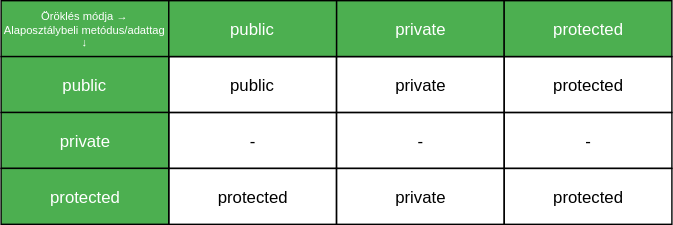
The draw.io diagram img/inheritance.svg in jojozoli/infocpp, before a commit. Source tidied: cells renumbered, new cells last; positions are measured from the earlier drawing's top-left corner, leaving out a move shared by most shapes.
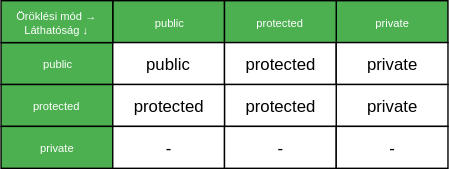
After the change.

Change to the diagram source:
```diff
@@ -2,53 +2,53 @@
   <root>
     <mxCell id="0" />
     <mxCell id="1" parent="0" />
-    <mxCell id="2" value="Öröklés&amp;nbsp;módja&amp;nbsp;→&lt;br&gt;Alaposztálybeli&amp;nbsp;metódus/adattag ↓" style="rounded=0;labelBackgroundColor=none;strokeColor=#000000;fillColor=#4CAF50;fontColor=#FFFFFF;align=center;whiteSpace=wrap;html=1;fontSize=8;" parent="1" vertex="1">
-      <mxGeometry width="120" height="40" as="geometry" />
+    <mxCell id="2" value="public" style="rounded=0;whiteSpace=wrap;html=1;labelBackgroundColor=none;strokeColor=#000000;fillColor=#4CAF50;fontSize=8;fontColor=#FFFFFF;align=center;" parent="1" vertex="1">
+      <mxGeometry x="-30" y="-50" width="80" height="30" as="geometry" />
     </mxCell>
-    <mxCell id="3" value="public" style="rounded=0;whiteSpace=wrap;html=1;labelBackgroundColor=none;strokeColor=#000000;fillColor=#4CAF50;fontColor=#FFFFFF;align=center;" parent="1" vertex="1">
-      <mxGeometry y="40" width="120" height="40" as="geometry" />
+    <mxCell id="3" value="private" style="rounded=0;whiteSpace=wrap;html=1;labelBackgroundColor=none;strokeColor=#000000;fillColor=#4CAF50;fontSize=8;fontColor=#FFFFFF;align=center;" parent="1" vertex="1">
+      <mxGeometry x="130" y="-50" width="80" height="30" as="geometry" />
     </mxCell>
-    <mxCell id="4" value="private" style="rounded=0;whiteSpace=wrap;html=1;labelBackgroundColor=none;strokeColor=#000000;fillColor=#4CAF50;fontColor=#FFFFFF;align=center;" parent="1" vertex="1">
-      <mxGeometry x="240" width="120" height="40" as="geometry" />
+    <mxCell id="4" value="protected" style="rounded=0;whiteSpace=wrap;html=1;labelBackgroundColor=none;strokeColor=#000000;fillColor=#4CAF50;fontSize=8;fontColor=#FFFFFF;align=center;" parent="1" vertex="1">
+      <mxGeometry x="50" y="-50" width="80" height="30" as="geometry" />
     </mxCell>
-    <mxCell id="5" value="protected" style="rounded=0;whiteSpace=wrap;html=1;labelBackgroundColor=none;strokeColor=#000000;fillColor=#4CAF50;fontColor=#FFFFFF;align=center;" parent="1" vertex="1">
-      <mxGeometry x="360" width="120" height="40" as="geometry" />
+    <mxCell id="5" value="public" style="rounded=0;whiteSpace=wrap;html=1;labelBackgroundColor=none;strokeColor=#000000;fillColor=#4CAF50;fontSize=8;fontColor=#FFFFFF;align=center;" parent="1" vertex="1">
+      <mxGeometry x="-110" y="-20" width="80" height="30" as="geometry" />
     </mxCell>
-    <mxCell id="6" value="public" style="rounded=0;whiteSpace=wrap;html=1;labelBackgroundColor=none;strokeColor=#000000;fillColor=#4CAF50;fontColor=#FFFFFF;align=center;" parent="1" vertex="1">
-      <mxGeometry x="120" width="120" height="40" as="geometry" />
+    <mxCell id="6" value="protected" style="rounded=0;whiteSpace=wrap;html=1;labelBackgroundColor=none;strokeColor=#000000;fillColor=#4CAF50;fontSize=8;fontColor=#FFFFFF;align=center;" parent="1" vertex="1">
+      <mxGeometry x="-110" y="10" width="80" height="30" as="geometry" />
     </mxCell>
-    <mxCell id="7" value="private" style="rounded=0;whiteSpace=wrap;html=1;labelBackgroundColor=none;strokeColor=#000000;fillColor=#4CAF50;fontColor=#FFFFFF;align=center;" parent="1" vertex="1">
-      <mxGeometry y="80" width="120" height="40" as="geometry" />
+    <mxCell id="7" value="private" style="rounded=0;whiteSpace=wrap;html=1;labelBackgroundColor=none;strokeColor=#000000;fillColor=#4CAF50;fontSize=8;fontColor=#FFFFFF;align=center;" parent="1" vertex="1">
+      <mxGeometry x="-110" y="40" width="80" height="30" as="geometry" />
     </mxCell>
-    <mxCell id="8" value="protected" style="rounded=0;whiteSpace=wrap;html=1;labelBackgroundColor=none;strokeColor=#000000;fillColor=#4CAF50;fontColor=#FFFFFF;align=center;" parent="1" vertex="1">
-      <mxGeometry y="120" width="120" height="40" as="geometry" />
+    <mxCell id="8" value="Öröklési mód&amp;nbsp;&lt;span&gt;→&lt;/span&gt;&lt;br&gt;Láthatóság&amp;nbsp;&lt;span&gt;↓&lt;/span&gt;" style="rounded=0;whiteSpace=wrap;html=1;labelBackgroundColor=none;strokeColor=#000000;fillColor=#4CAF50;fontSize=8;fontColor=#FFFFFF;align=center;" parent="1" vertex="1">
+      <mxGeometry x="-110" y="-50" width="80" height="30" as="geometry" />
     </mxCell>
-    <mxCell id="9" value="public" style="rounded=0;whiteSpace=wrap;html=1;labelBackgroundColor=none;strokeColor=#000000;fillColor=none;fontColor=#000000;align=center;" parent="1" vertex="1">
-      <mxGeometry x="120" y="40" width="120" height="40" as="geometry" />
+    <mxCell id="9" value="&lt;span&gt;public&lt;/span&gt;&lt;br&gt;" style="rounded=0;whiteSpace=wrap;html=1;labelBackgroundColor=none;strokeColor=#000000;fillColor=#ffffff;fontSize=12;fontColor=#000000;align=center;" parent="1" vertex="1">
+      <mxGeometry x="-30" y="-20" width="80" height="30" as="geometry" />
     </mxCell>
-    <mxCell id="10" value="-" style="rounded=0;whiteSpace=wrap;html=1;labelBackgroundColor=none;strokeColor=#000000;fillColor=none;fontColor=#000000;align=center;" parent="1" vertex="1">
-      <mxGeometry x="120" y="80" width="120" height="40" as="geometry" />
+    <mxCell id="10" value="&lt;span&gt;protected&lt;/span&gt;&lt;br&gt;" style="rounded=0;whiteSpace=wrap;html=1;labelBackgroundColor=none;strokeColor=#000000;fillColor=#ffffff;fontSize=12;fontColor=#000000;align=center;" parent="1" vertex="1">
+      <mxGeometry x="50" y="-20" width="80" height="30" as="geometry" />
     </mxCell>
-    <mxCell id="11" value="protected" style="rounded=0;whiteSpace=wrap;html=1;labelBackgroundColor=none;strokeColor=#000000;fillColor=none;fontColor=#000000;align=center;" parent="1" vertex="1">
-      <mxGeometry x="120" y="120" width="120" height="40" as="geometry" />
+    <mxCell id="11" value="&lt;span&gt;private&lt;/span&gt;&lt;br&gt;" style="rounded=0;whiteSpace=wrap;html=1;labelBackgroundColor=none;strokeColor=#000000;fillColor=#ffffff;fontSize=12;fontColor=#000000;align=center;" parent="1" vertex="1">
+      <mxGeometry x="130" y="-20" width="80" height="30" as="geometry" />
     </mxCell>
-    <mxCell id="12" value="&lt;span&gt;private&lt;/span&gt;" style="rounded=0;whiteSpace=wrap;html=1;labelBackgroundColor=none;strokeColor=#000000;fillColor=none;fontColor=#000000;align=center;" parent="1" vertex="1">
-      <mxGeometry x="240" y="40" width="120" height="40" as="geometry" />
+    <mxCell id="12" value="&lt;span&gt;private&lt;/span&gt;" style="rounded=0;whiteSpace=wrap;html=1;labelBackgroundColor=none;strokeColor=#000000;fillColor=#ffffff;fontSize=12;fontColor=#000000;align=center;" parent="1" vertex="1">
+      <mxGeometry x="130" y="10" width="80" height="30" as="geometry" />
     </mxCell>
-    <mxCell id="13" value="-" style="rounded=0;whiteSpace=wrap;html=1;labelBackgroundColor=none;strokeColor=#000000;fillColor=none;fontColor=#000000;align=center;" parent="1" vertex="1">
-      <mxGeometry x="240" y="80" width="120" height="40" as="geometry" />
+    <mxCell id="13" value="&lt;span&gt;protected&lt;/span&gt;&lt;br&gt;" style="rounded=0;whiteSpace=wrap;html=1;labelBackgroundColor=none;strokeColor=#000000;fillColor=#ffffff;fontSize=12;fontColor=#000000;align=center;" parent="1" vertex="1">
+      <mxGeometry x="50" y="10" width="80" height="30" as="geometry" />
     </mxCell>
-    <mxCell id="14" value="&lt;span&gt;private&lt;/span&gt;" style="rounded=0;whiteSpace=wrap;html=1;labelBackgroundColor=none;strokeColor=#000000;fillColor=none;fontColor=#000000;align=center;" parent="1" vertex="1">
-      <mxGeometry x="240" y="120" width="120" height="40" as="geometry" />
+    <mxCell id="14" value="&lt;span&gt;protected&lt;/span&gt;&lt;br&gt;" style="rounded=0;whiteSpace=wrap;html=1;labelBackgroundColor=none;strokeColor=#000000;fillColor=#ffffff;fontSize=12;fontColor=#000000;align=center;" parent="1" vertex="1">
+      <mxGeometry x="-30" y="10" width="80" height="30" as="geometry" />
     </mxCell>
-    <mxCell id="15" value="&lt;span&gt;protected&lt;/span&gt;" style="rounded=0;whiteSpace=wrap;html=1;labelBackgroundColor=none;strokeColor=#000000;fillColor=none;fontColor=#000000;align=center;" parent="1" vertex="1">
-      <mxGeometry x="360" y="40" width="120" height="40" as="geometry" />
+    <mxCell id="15" value="&lt;span&gt;-&lt;/span&gt;" style="rounded=0;whiteSpace=wrap;html=1;labelBackgroundColor=none;strokeColor=#000000;fillColor=#ffffff;fontSize=12;fontColor=#000000;align=center;" parent="1" vertex="1">
+      <mxGeometry x="-30" y="40" width="80" height="30" as="geometry" />
     </mxCell>
-    <mxCell id="16" value="-" style="rounded=0;whiteSpace=wrap;html=1;labelBackgroundColor=none;strokeColor=#000000;fillColor=none;fontColor=#000000;align=center;" parent="1" vertex="1">
-      <mxGeometry x="360" y="80" width="120" height="40" as="geometry" />
+    <mxCell id="16" value="-" style="rounded=0;whiteSpace=wrap;html=1;labelBackgroundColor=none;strokeColor=#000000;fillColor=#ffffff;fontSize=12;fontColor=#000000;align=center;" parent="1" vertex="1">
+      <mxGeometry x="50" y="40" width="80" height="30" as="geometry" />
     </mxCell>
-    <mxCell id="17" value="&lt;span&gt;protected&lt;/span&gt;" style="rounded=0;whiteSpace=wrap;html=1;labelBackgroundColor=none;strokeColor=#000000;fillColor=none;fontColor=#000000;align=center;" parent="1" vertex="1">
-      <mxGeometry x="360" y="120" width="120" height="40" as="geometry" />
+    <mxCell id="17" value="&lt;span&gt;-&lt;/span&gt;" style="rounded=0;whiteSpace=wrap;html=1;labelBackgroundColor=none;strokeColor=#000000;fillColor=#ffffff;fontSize=12;fontColor=#000000;align=center;" parent="1" vertex="1">
+      <mxGeometry x="130" y="40" width="80" height="30" as="geometry" />
     </mxCell>
   </root>
 </mxGraphModel>
```
